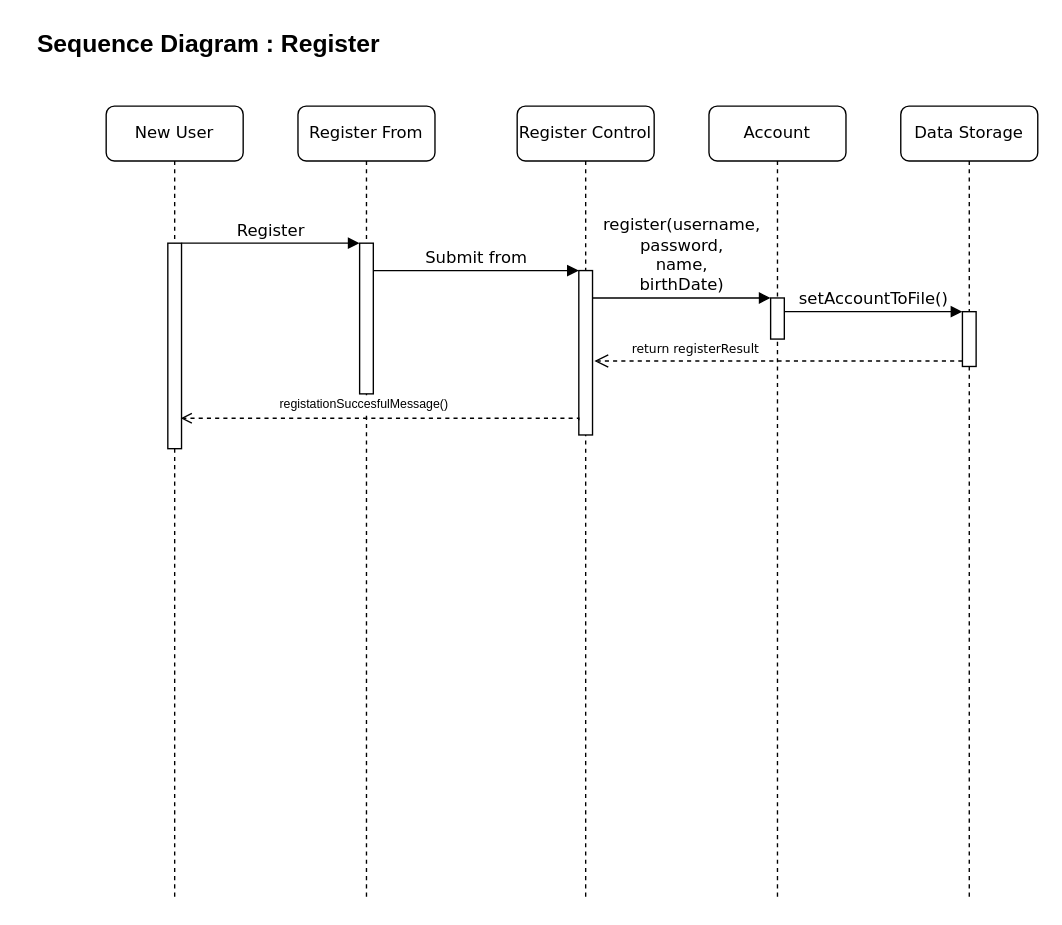
Above: page "Register" (1 of 2) of Sequence_diagram.drawio in astrrr/Right-posture (draw.io), before the change. Source tidied: cells renumbered, new cells numbered last; positions are measured from the earlier drawing's top-left corner, leaving out a move shared by most shapes. Both pictures are drawn from the tidied source at 137%, with x=0, y=0 at pixel (23, 23).
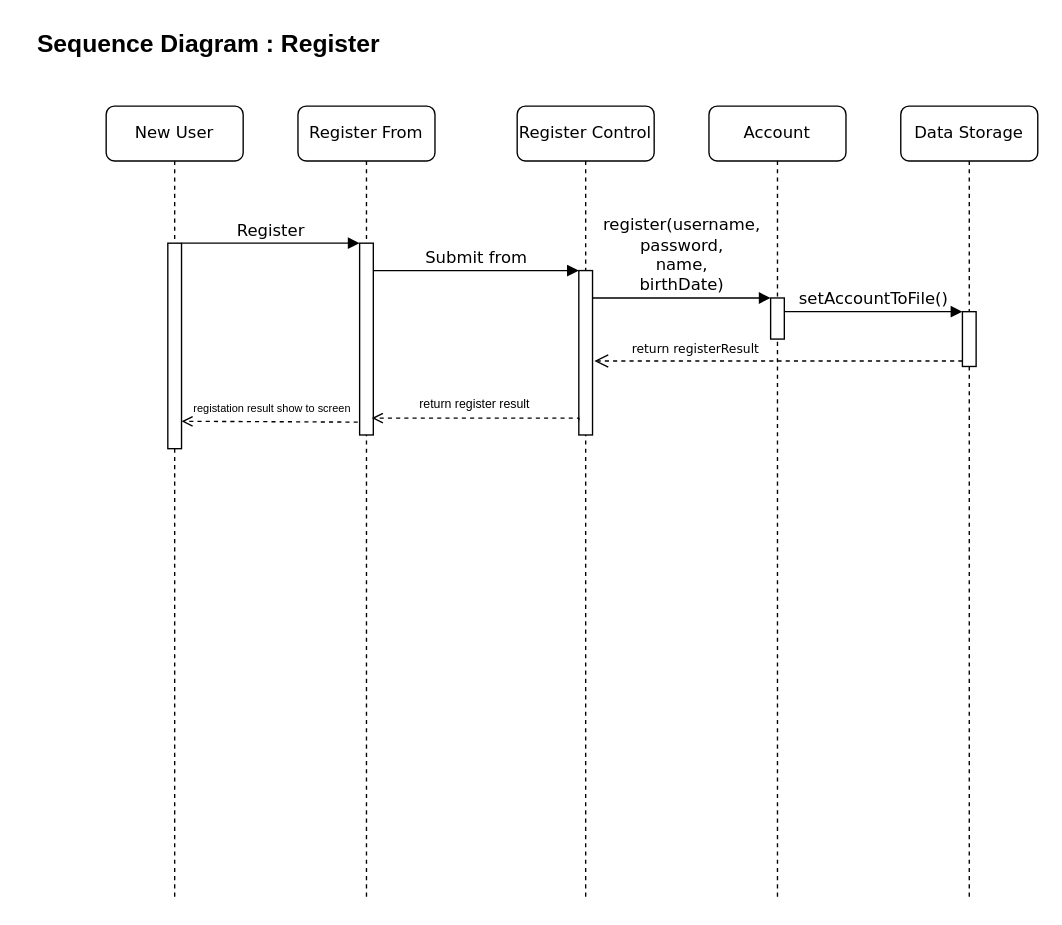
After the change.

The change refers to these unchanged cells:
```xml
<mxCell id="2" value="Register From" style="shape=umlLifeline;perimeter=lifelinePerimeter;whiteSpace=wrap;html=1;rounded=1;shadow=0;comic=0;labelBackgroundColor=none;strokeWidth=1;fontFamily=Verdana;fontSize=12;align=center;" parent="1" vertex="1">
  <mxGeometry x="200" y="60" width="100" height="580" as="geometry" />
</mxCell>
<mxCell id="5" style="html=1;points=[];perimeter=orthogonalPerimeter;rounded=0;shadow=0;comic=0;labelBackgroundColor=none;strokeWidth=1;fontFamily=Verdana;fontSize=12;align=center;" parent="4" vertex="1">
  <mxGeometry x="45" y="120" width="10" height="120" as="geometry" />
</mxCell>
<mxCell id="7" value="New User" style="shape=umlLifeline;perimeter=lifelinePerimeter;whiteSpace=wrap;html=1;rounded=1;shadow=0;comic=0;labelBackgroundColor=none;strokeWidth=1;fontFamily=Verdana;fontSize=12;align=center;" parent="1" vertex="1">
  <mxGeometry x="60" y="60" width="100" height="580" as="geometry" />
</mxCell>
<mxCell id="8" style="html=1;points=[];perimeter=orthogonalPerimeter;rounded=0;shadow=0;comic=0;labelBackgroundColor=none;strokeWidth=1;fontFamily=Verdana;fontSize=12;align=center;" parent="7" vertex="1">
  <mxGeometry x="45" y="100" width="10" height="150" as="geometry" />
</mxCell>
```

Diff of the diagram source:
```diff
@@
     <mxCell id="3" style="html=1;points=[];perimeter=orthogonalPerimeter;rounded=0;shadow=0;comic=0;labelBackgroundColor=none;strokeWidth=1;fontFamily=Verdana;fontSize=12;align=center;" parent="2" vertex="1">
-      <mxGeometry x="45" y="100" width="10" height="110" as="geometry" />
+      <mxGeometry x="45" y="100" width="10" height="140" as="geometry" />
     </mxCell>
@@
+    <mxCell id="20" style="edgeStyle=orthogonalEdgeStyle;rounded=0;jettySize=auto;html=1;fontSize=18;endArrow=open;endFill=0;dashed=1;exitX=-0.135;exitY=0.933;exitDx=0;exitDy=0;exitPerimeter=0;entryX=0.889;entryY=0.912;entryDx=0;entryDy=0;entryPerimeter=0;" parent="7" edge="1" source="3">
+      <mxGeometry relative="1" as="geometry">
+        <mxPoint x="55" y="230" as="targetPoint" />
+        <Array as="points">
+          <mxPoint x="184" y="230" />
+        </Array>
+      </mxGeometry>
+    </mxCell>
+    <mxCell id="21" value="registation result show to screen" style="edgeLabel;html=1;align=center;verticalAlign=middle;fontSize=8;" parent="20" vertex="1">
+      <mxGeometry x="0.17" y="1" relative="1" as="geometry">
+        <mxPoint x="12" y="-11" as="offset" />
+      </mxGeometry>
+    </mxCell>
@@
-    <mxCell id="18" style="edgeStyle=orthogonalEdgeStyle;rounded=0;jettySize=auto;html=1;fontSize=18;endArrow=open;endFill=0;dashed=1;exitX=-0.003;exitY=0.911;exitDx=0;exitDy=0;exitPerimeter=0;entryX=0.943;entryY=0.852;entryDx=0;entryDy=0;entryPerimeter=0;" parent="1" edge="1" source="5" target="8">
+    <mxCell id="18" style="edgeStyle=orthogonalEdgeStyle;rounded=0;jettySize=auto;html=1;fontSize=18;endArrow=open;endFill=0;dashed=1;exitX=-0.003;exitY=0.911;exitDx=0;exitDy=0;exitPerimeter=0;entryX=0.889;entryY=0.912;entryDx=0;entryDy=0;entryPerimeter=0;" parent="1" edge="1" source="5" target="3">
       <mxGeometry relative="1" as="geometry">
         <Array as="points">
           <mxPoint x="405" y="288" />
         </Array>
       </mxGeometry>
     </mxCell>
-    <mxCell id="19" value="registationSuccesfulMessage()" style="edgeLabel;html=1;align=center;verticalAlign=middle;fontSize=9;" parent="18" vertex="1">
+    <mxCell id="19" value="return register result&amp;nbsp;" style="edgeLabel;html=1;align=center;verticalAlign=middle;fontSize=9;" parent="18" vertex="1">
       <mxGeometry x="0.17" y="1" relative="1" as="geometry">
         <mxPoint x="12" y="-11" as="offset" />
       </mxGeometry>
     </mxCell>
```
